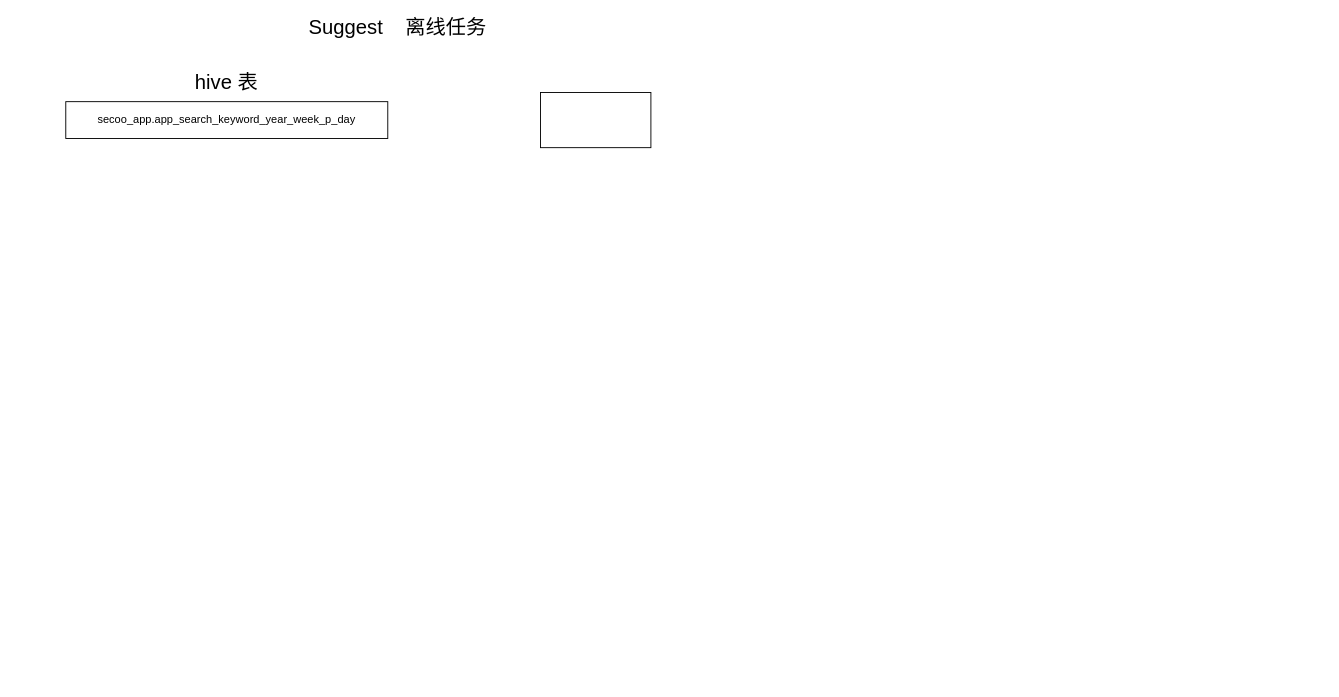
davids-dot/DrawIo keeps this draw.io diagram as secoo/suggest流程.drawio. Above is the earlier version. Source tidied: cells renumbered, new cells numbered last; positions are measured from the earlier drawing's top-left corner, leaving out a move shared by most shapes. Both pictures are drawn from the tidied source at 92%, with x=0, y=0 at pixel (65, 18).
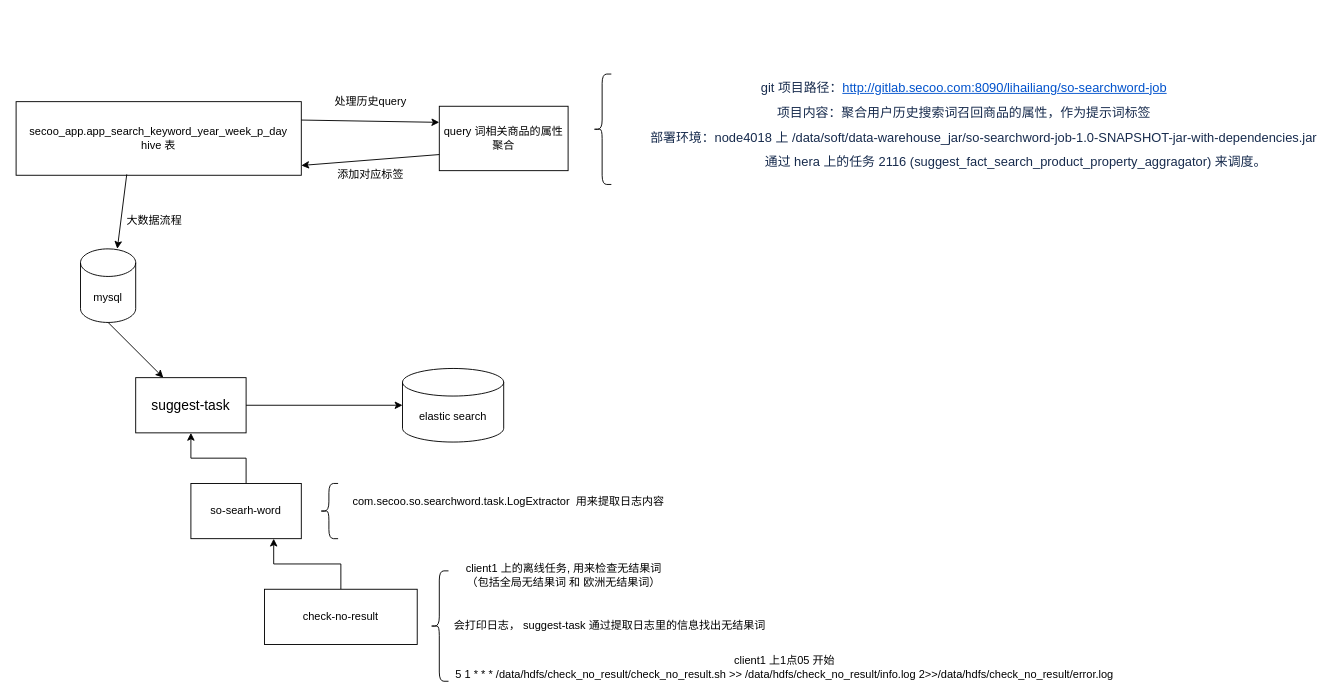
Above is the later version.

Change to the diagram source:
```diff
@@
-    <mxCell id="2" value="secoo_app.app_search_keyword_year_week_p_day" style="rounded=0;whiteSpace=wrap;html=1;" parent="1" vertex="1">
-      <mxGeometry y="90" width="350" height="40" as="geometry" />
+    <mxCell id="2" value="secoo_app.app_search_keyword_year_week_p_day&lt;br&gt;hive 表" style="rounded=0;whiteSpace=wrap;html=1;" parent="1" vertex="1">
+      <mxGeometry x="-54" y="90" width="310" height="80" as="geometry" />
     </mxCell>
-    <mxCell id="3" style="rounded=0;whiteSpace=wrap;html=1;" parent="1" vertex="1">
-      <mxGeometry x="516" y="80" width="120" height="60" as="geometry" />
+    <mxCell id="3" value="query 词相关商品的属性聚合" style="rounded=0;whiteSpace=wrap;html=1;" parent="1" vertex="1">
+      <mxGeometry x="406" y="95" width="140" height="70" as="geometry" />
     </mxCell>
-    <mxCell id="4" value="Suggest&amp;nbsp; &amp;nbsp; 离线任务" style="text;html=1;strokeColor=none;fillColor=none;align=center;verticalAlign=middle;whiteSpace=wrap;rounded=0;fontSize=22;" parent="1" vertex="1">
-      <mxGeometry x="246" width="230" height="20" as="geometry" />
-    </mxCell>
-    <mxCell id="5" value="hive 表" style="text;html=1;strokeColor=none;fillColor=none;align=center;verticalAlign=middle;whiteSpace=wrap;rounded=0;fontSize=22;" parent="1" vertex="1">
-      <mxGeometry x="125" y="60" width="100" height="20" as="geometry" />
-    </mxCell>
+    <mxCell id="6" style="endArrow=classic;html=1;exitX=1;exitY=0.25;exitDx=0;exitDy=0;entryX=0;entryY=0.25;entryDx=0;entryDy=0;" parent="1" edge="1" source="2" target="3">
+      <mxGeometry relative="1" as="geometry" />
+    </mxCell>
+    <mxCell id="7" style="endArrow=classic;html=1;entryX=1;entryY=0.867;entryDx=0;entryDy=0;entryPerimeter=0;exitX=0;exitY=0.75;exitDx=0;exitDy=0;" parent="1" edge="1" source="3" target="2">
+      <mxGeometry relative="1" as="geometry" />
+    </mxCell>
+    <mxCell id="8" value="处理历史query" style="text;html=1;align=center;verticalAlign=middle;strokeColor=none;" parent="1" vertex="1">
+      <mxGeometry x="286" y="80" width="90" height="20" as="geometry" />
+    </mxCell>
+    <mxCell id="9" value="添加对应标签" style="text;html=1;align=center;verticalAlign=middle;strokeColor=none;" parent="1" vertex="1">
+      <mxGeometry x="286" y="160" width="90" height="20" as="geometry" />
+    </mxCell>
+    <mxCell id="10" style="shape=curlyBracket;whiteSpace=wrap;html=1;rounded=1;" parent="1" vertex="1">
+      <mxGeometry x="573" y="60" width="20" height="120" as="geometry" />
+    </mxCell>
+    <mxCell id="11" value="&lt;p style=&quot;margin: 10px 0px 0px ; padding: 0px ; color: rgb(23 , 43 , 77) ; font-family: , &amp;#34;blinkmacsystemfont&amp;#34; , &amp;#34;segoe ui&amp;#34; , &amp;#34;roboto&amp;#34; , &amp;#34;oxygen&amp;#34; , &amp;#34;ubuntu&amp;#34; , &amp;#34;fira sans&amp;#34; , &amp;#34;droid sans&amp;#34; , &amp;#34;helvetica neue&amp;#34; , sans-serif ; font-size: 14px ; background-color: rgb(255 , 255 , 255)&quot;&gt;git 项目路径：&lt;a href=&quot;http://gitlab.secoo.com:8090/lihailiang/so-searchword-job&quot; class=&quot;external-link&quot; style=&quot;color: rgb(0 , 82 , 204)&quot;&gt;http://gitlab.secoo.com:8090/lihailiang/so-searchword-job&lt;/a&gt;&lt;/p&gt;&lt;p style=&quot;margin: 10px 0px 0px ; padding: 0px ; color: rgb(23 , 43 , 77) ; font-family: , &amp;#34;blinkmacsystemfont&amp;#34; , &amp;#34;segoe ui&amp;#34; , &amp;#34;roboto&amp;#34; , &amp;#34;oxygen&amp;#34; , &amp;#34;ubuntu&amp;#34; , &amp;#34;fira sans&amp;#34; , &amp;#34;droid sans&amp;#34; , &amp;#34;helvetica neue&amp;#34; , sans-serif ; font-size: 14px ; background-color: rgb(255 , 255 , 255)&quot;&gt;项目内容：聚合用户历史搜索词召回商品的属性，作为提示词标签&lt;/p&gt;&lt;p style=&quot;margin: 10px 0px 0px ; padding: 0px ; color: rgb(23 , 43 , 77) ; font-family: , &amp;#34;blinkmacsystemfont&amp;#34; , &amp;#34;segoe ui&amp;#34; , &amp;#34;roboto&amp;#34; , &amp;#34;oxygen&amp;#34; , &amp;#34;ubuntu&amp;#34; , &amp;#34;fira sans&amp;#34; , &amp;#34;droid sans&amp;#34; , &amp;#34;helvetica neue&amp;#34; , sans-serif ; font-size: 14px ; background-color: rgb(255 , 255 , 255)&quot;&gt;&amp;nbsp; &amp;nbsp; &amp;nbsp; &amp;nbsp; &amp;nbsp; &amp;nbsp;部署环境：node4018 上 /data/soft/data-warehouse_jar/so-searchword-job-1.0-SNAPSHOT-jar-with-dependencies.jar&lt;/p&gt;&lt;p style=&quot;margin: 10px 0px 0px ; padding: 0px ; color: rgb(23 , 43 , 77) ; font-family: , &amp;#34;blinkmacsystemfont&amp;#34; , &amp;#34;segoe ui&amp;#34; , &amp;#34;roboto&amp;#34; , &amp;#34;oxygen&amp;#34; , &amp;#34;ubuntu&amp;#34; , &amp;#34;fira sans&amp;#34; , &amp;#34;droid sans&amp;#34; , &amp;#34;helvetica neue&amp;#34; , sans-serif ; font-size: 14px ; background-color: rgb(255 , 255 , 255)&quot;&gt;&amp;nbsp; &amp;nbsp; &amp;nbsp; &amp;nbsp; &amp;nbsp; &amp;nbsp; &amp;nbsp; &amp;nbsp; &amp;nbsp; &amp;nbsp; &amp;nbsp; &amp;nbsp; &amp;nbsp; &amp;nbsp; &amp;nbsp;通过 hera 上的任务&amp;nbsp;2116 (suggest_fact_search_product_property_aggragator) 来调度。&lt;/p&gt;" style="text;html=1;align=center;verticalAlign=middle;strokeColor=none;" parent="1" vertex="1">
+      <mxGeometry x="586" y="60" width="780" height="100" as="geometry" />
+    </mxCell>
+    <mxCell id="12" style="endArrow=classic;html=1;exitX=0.388;exitY=0.988;exitDx=0;exitDy=0;exitPerimeter=0;" parent="1" edge="1" source="2">
+      <mxGeometry relative="1" as="geometry">
+        <mxPoint x="56" y="250" as="targetPoint" />
+      </mxGeometry>
+    </mxCell>
+    <mxCell id="13" value="mysql" style="shape=cylinder3;whiteSpace=wrap;html=1;boundedLbl=1;backgroundOutline=1;size=15;" parent="1" vertex="1">
+      <mxGeometry x="16" y="250" width="60" height="80" as="geometry" />
+    </mxCell>
+    <mxCell id="14" value="大数据流程" style="text;html=1;align=center;verticalAlign=middle;strokeColor=none;" parent="1" vertex="1">
+      <mxGeometry x="56" y="210" width="80" height="20" as="geometry" />
+    </mxCell>
+    <mxCell id="15" value="&lt;font style=&quot;font-size: 15px&quot;&gt;suggest-task&lt;/font&gt;" style="rounded=0;whiteSpace=wrap;html=1;" parent="1" vertex="1">
+      <mxGeometry x="76" y="390" width="120" height="60" as="geometry" />
+    </mxCell>
+    <mxCell id="16" style="endArrow=classic;html=1;exitX=0.5;exitY=1;exitDx=0;exitDy=0;exitPerimeter=0;entryX=0.25;entryY=0;entryDx=0;entryDy=0;" parent="1" edge="1" source="13" target="15">
+      <mxGeometry relative="1" as="geometry" />
+    </mxCell>
+    <mxCell id="17" value="elastic search" style="shape=cylinder3;whiteSpace=wrap;html=1;boundedLbl=1;backgroundOutline=1;size=15;" parent="1" vertex="1">
+      <mxGeometry x="366" y="380" width="110" height="80" as="geometry" />
+    </mxCell>
+    <mxCell id="18" style="endArrow=classic;html=1;exitX=1;exitY=0.5;exitDx=0;exitDy=0;" parent="1" edge="1" source="15">
+      <mxGeometry relative="1" as="geometry">
+        <mxPoint x="366" y="420" as="targetPoint" />
+      </mxGeometry>
+    </mxCell>
+    <mxCell id="19" style="edgeStyle=orthogonalEdgeStyle;rounded=0;jettySize=auto;html=1;entryX=0.75;entryY=1;entryDx=0;entryDy=0;" parent="1" edge="1" source="20" target="26">
+      <mxGeometry relative="1" as="geometry" />
+    </mxCell>
+    <mxCell id="20" value="check-no-result&lt;br&gt;" style="rounded=0;whiteSpace=wrap;html=1;" parent="1" vertex="1">
+      <mxGeometry x="216" y="620" width="166" height="60" as="geometry" />
+    </mxCell>
+    <mxCell id="21" style="shape=curlyBracket;whiteSpace=wrap;html=1;rounded=1;" parent="1" vertex="1">
+      <mxGeometry x="396" y="600" width="20" height="120" as="geometry" />
+    </mxCell>
+    <mxCell id="22" value="client1 上的离线任务, 用来检查无结果词&lt;br&gt;（包括全局无结果词 和 欧洲无结果词）" style="text;html=1;align=center;verticalAlign=middle;strokeColor=none;" parent="1" vertex="1">
+      <mxGeometry x="426" y="590" width="230" height="30" as="geometry" />
+    </mxCell>
+    <mxCell id="23" value="会打印日志， suggest-task 通过提取日志里的信息找出无结果词" style="text;html=1;align=center;verticalAlign=middle;strokeColor=none;" parent="1" vertex="1">
+      <mxGeometry x="416" y="650" width="350" height="20" as="geometry" />
+    </mxCell>
+    <mxCell id="24" value="client1 上1点05 开始&lt;br&gt;5 1 * * * /data/hdfs/check_no_result/check_no_result.sh &amp;gt;&amp;gt; /data/hdfs/check_no_result/info.log 2&amp;gt;&amp;gt;/data/hdfs/check_no_result/error.log" style="text;html=1;align=center;verticalAlign=middle;strokeColor=none;" parent="1" vertex="1">
+      <mxGeometry x="416" y="690" width="730" height="30" as="geometry" />
+    </mxCell>
+    <mxCell id="25" style="edgeStyle=orthogonalEdgeStyle;rounded=0;jettySize=auto;html=1;entryX=0.5;entryY=1;entryDx=0;entryDy=0;" parent="1" edge="1" source="26" target="15">
+      <mxGeometry relative="1" as="geometry" />
+    </mxCell>
+    <mxCell id="26" value="so-searh-word" style="rounded=0;whiteSpace=wrap;html=1;" parent="1" vertex="1">
+      <mxGeometry x="136" y="505" width="120" height="60" as="geometry" />
+    </mxCell>
+    <mxCell id="27" style="shape=curlyBracket;whiteSpace=wrap;html=1;rounded=1;size=0.5;" parent="1" vertex="1">
+      <mxGeometry x="276" y="505" width="20" height="60" as="geometry" />
+    </mxCell>
+    <mxCell id="28" value="com.secoo.so.searchword.task.LogExtractor&amp;nbsp; 用来提取日志内容" style="text;html=1;align=center;verticalAlign=middle;strokeColor=none;" parent="1" vertex="1">
+      <mxGeometry x="306" y="514.5" width="350" height="20" as="geometry" />
+    </mxCell>
```
